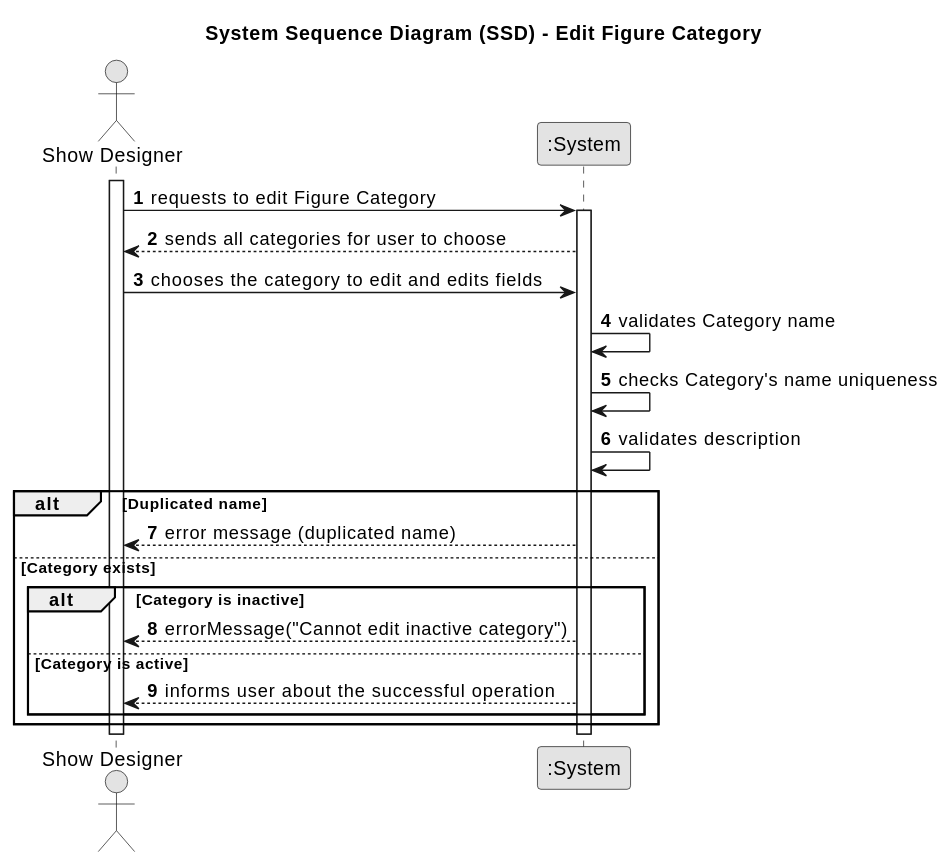
Before: docs/planning/sprint2/EAPLI/US246 - Edit figure category/01.requirements-engineering/svg/us246-system-sequence-diagram.svg, a diagram exported from PlantUML (SAEmanuel/Shodrone_ISEP).
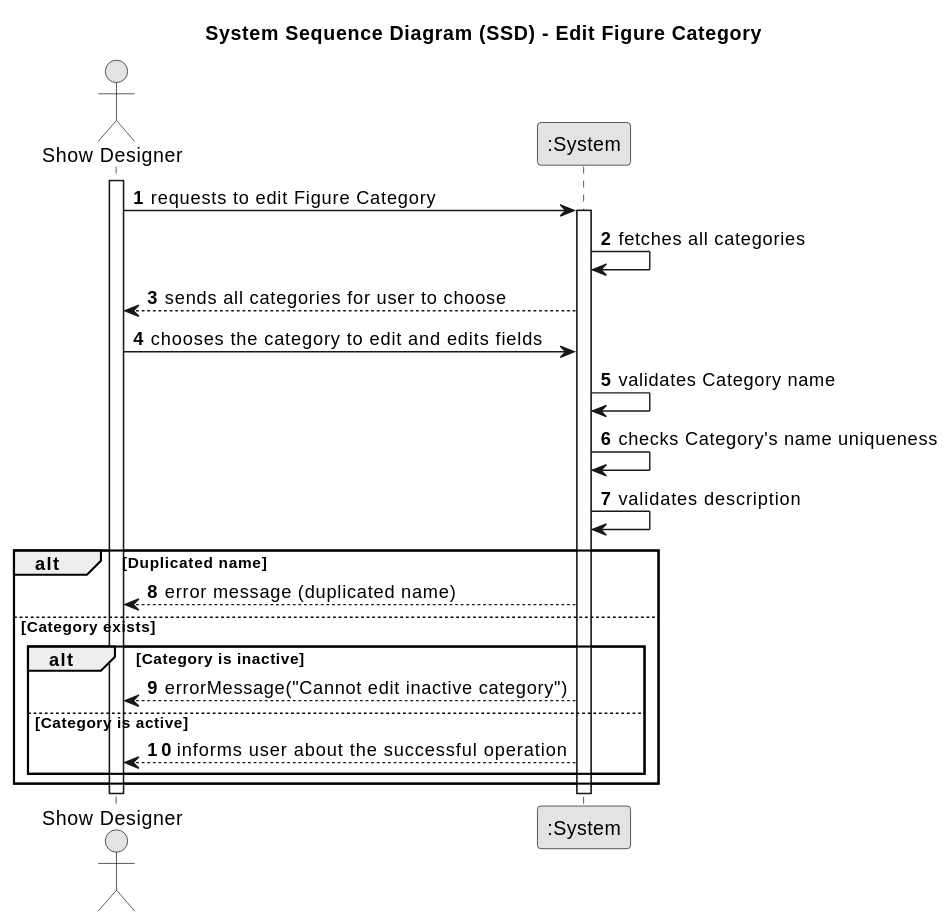
After the change.

The edit, as a diff of the source:
```diff
@@ -14,7 +14,7 @@
 
 SD -> System: requests to edit Figure Category
 activate System
-
+System -> System: fetches all categories
 System --> SD: sends all categories for user to choose
 SD -> System : chooses the category to edit and edits fields
 System -> System: validates Category name
```
